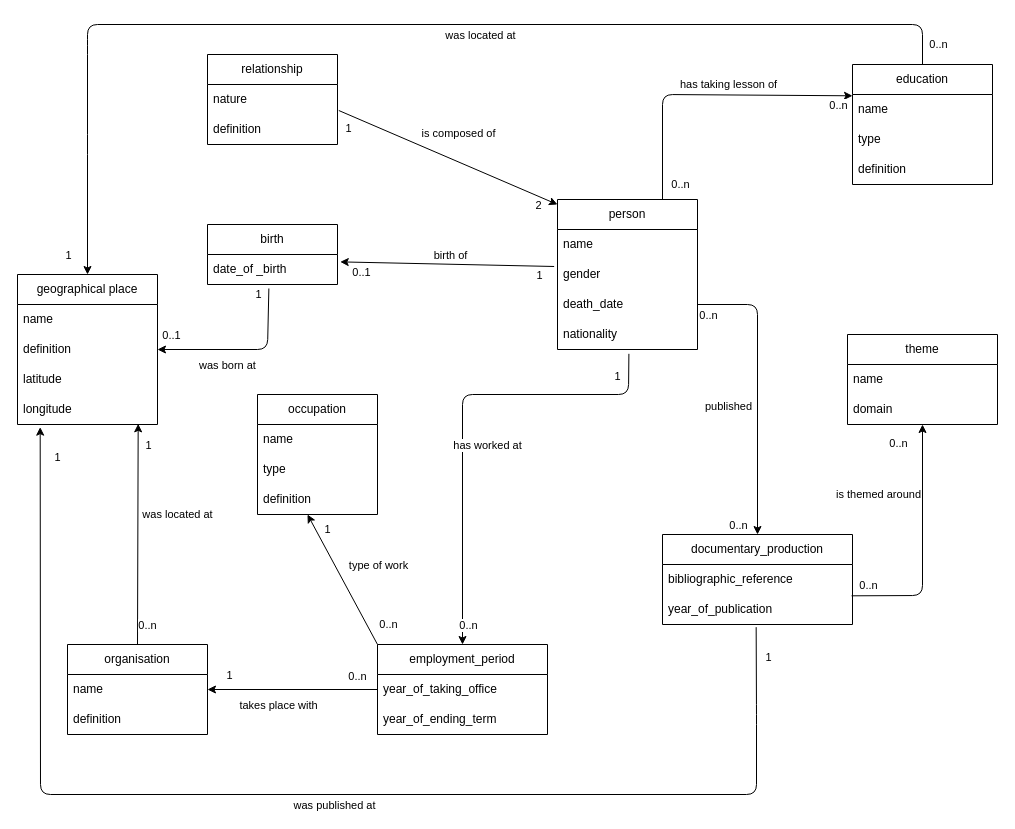
Before: archivist_MCD.drawio in mroylem/archivist, a draw.io diagram. Source tidied: cells renumbered, new cells numbered last; positions are measured from the earlier drawing's top-left corner, leaving out a move shared by most shapes. Both pictures are drawn from the tidied source at 100%, with x=0, y=0 at pixel (17, 24).
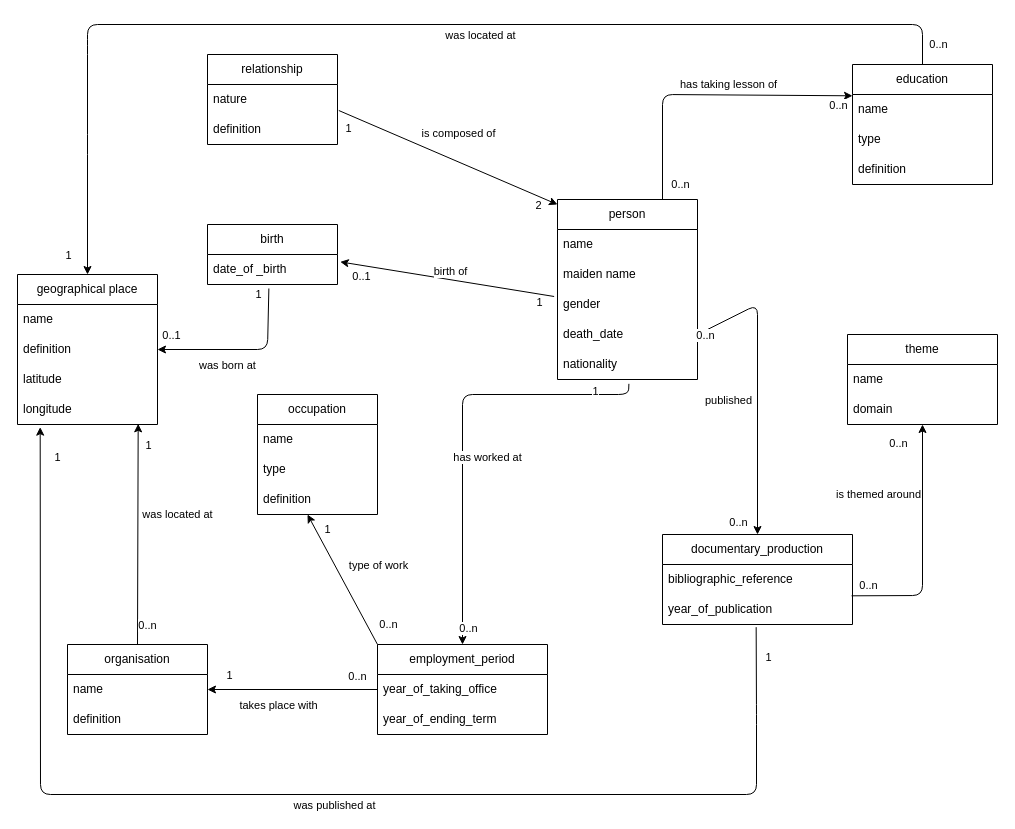
The same page after the edit.

Diff of the diagram source:
```diff
@@
     <mxCell id="2" value="person" style="swimlane;fontStyle=0;horizontal=1;startSize=30;whiteSpace=wrap;html=1;" parent="1" vertex="1">
-      <mxGeometry x="540" y="175" width="140" height="150" as="geometry" />
+      <mxGeometry x="540" y="175" width="140" height="180" as="geometry" />
     </mxCell>
@@
+    <mxCell id="85" value="maiden name" style="text;strokeColor=none;fillColor=none;align=left;verticalAlign=middle;spacingLeft=4;spacingRight=4;overflow=hidden;whiteSpace=wrap;html=1;" parent="2" vertex="1">
+      <mxGeometry y="60" width="140" height="30" as="geometry" />
+    </mxCell>
     <mxCell id="4" value="gender" style="text;strokeColor=none;fillColor=none;align=left;verticalAlign=middle;spacingLeft=4;spacingRight=4;overflow=hidden;points=[[0,0.5],[1,0.5]];portConstraint=eastwest;whiteSpace=wrap;html=1;" parent="2" vertex="1">
-      <mxGeometry y="60" width="140" height="30" as="geometry" />
+      <mxGeometry y="90" width="140" height="30" as="geometry" />
     </mxCell>
     <mxCell id="5" value="death_date" style="text;strokeColor=none;fillColor=none;align=left;verticalAlign=middle;spacingLeft=4;spacingRight=4;overflow=hidden;points=[[0,0.5],[1,0.5]];portConstraint=eastwest;whiteSpace=wrap;html=1;" parent="2" vertex="1">
-      <mxGeometry y="90" width="140" height="30" as="geometry" />
+      <mxGeometry y="120" width="140" height="30" as="geometry" />
     </mxCell>
     <mxCell id="6" value="nationality" style="text;strokeColor=none;fillColor=none;align=left;verticalAlign=middle;spacingLeft=4;spacingRight=4;overflow=hidden;points=[[0,0.5],[1,0.5]];portConstraint=eastwest;whiteSpace=wrap;html=1;" parent="2" vertex="1">
-      <mxGeometry y="120" width="140" height="30" as="geometry" />
+      <mxGeometry y="150" width="140" height="30" as="geometry" />
     </mxCell>
```
